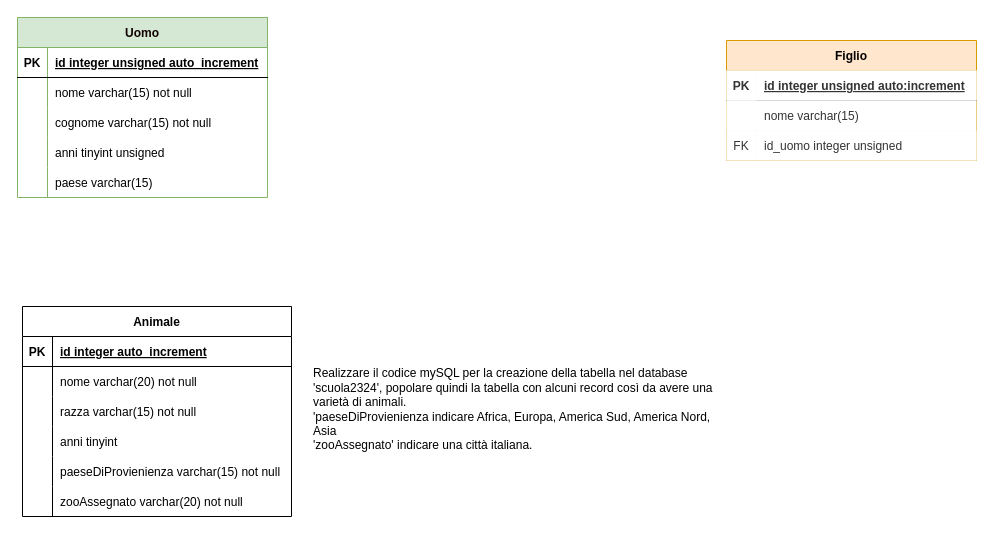
Above: AS_2023_2024/5IA/Informatica/UD 2 - mySQL Basics/er01.drawio in CescoP81/GalileiOstiglia (draw.io), before the change. Source tidied: cells renumbered, new cells numbered last; positions are measured from the earlier drawing's top-left corner, leaving out a move shared by most shapes. Both pictures are drawn from the tidied source at 100%, with x=0, y=0 at pixel (17, 17).
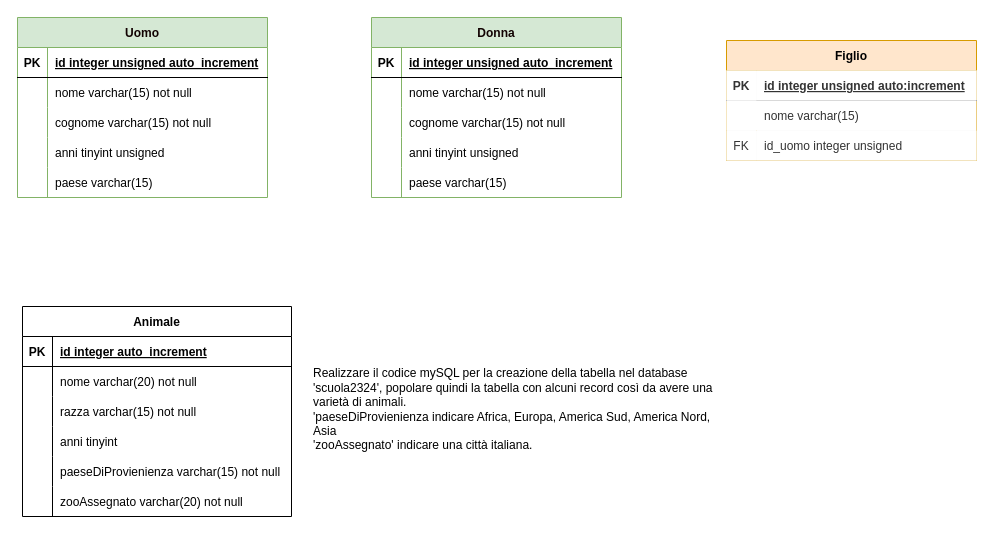
The same page after the edit.

What changed in the source:
```diff
@@
+    <mxCell id="48" value="Donna" style="shape=table;startSize=30;childLayout=tableLayout;rowLines=0;fontStyle=1;align=center;fillColor=#d5e8d4;strokeColor=#82b366;fontColor=#120202;" parent="1" vertex="1">
+      <mxGeometry x="354" width="250" height="180" as="geometry" />
+    </mxCell>
+    <mxCell id="49" style="shape=tableRow;horizontal=0;startSize=0;swimlaneHead=0;swimlaneBody=0;fillColor=none;top=0;left=0;right=0;bottom=1;" parent="48" vertex="1">
+      <mxGeometry y="30" width="250" height="30" as="geometry" />
+    </mxCell>
+    <mxCell id="50" value="PK" style="shape=partialRectangle;fillColor=none;top=0;left=0;bottom=0;right=0;fontStyle=1;overflow=hidden;fontColor=#000000;" parent="49" vertex="1">
+      <mxGeometry width="30" height="30" as="geometry" />
+    </mxCell>
+    <mxCell id="51" value="id integer unsigned auto_increment" style="shape=partialRectangle;fillColor=none;top=0;left=0;bottom=0;right=0;align=left;spacingLeft=6;fontStyle=5;overflow=hidden;fontColor=#000000;" parent="49" vertex="1">
+      <mxGeometry x="30" width="220" height="30" as="geometry" />
+    </mxCell>
+    <mxCell id="52" style="shape=tableRow;horizontal=0;startSize=0;swimlaneHead=0;swimlaneBody=0;fillColor=none;top=0;left=0;right=0;bottom=0;" parent="48" vertex="1">
+      <mxGeometry y="60" width="250" height="30" as="geometry" />
+    </mxCell>
+    <mxCell id="53" style="shape=partialRectangle;fillColor=none;top=0;left=0;bottom=0;right=0;overflow=hidden;" parent="52" vertex="1">
+      <mxGeometry width="30" height="30" as="geometry" />
+    </mxCell>
+    <mxCell id="54" value="nome varchar(15) not null" style="shape=partialRectangle;fillColor=none;top=0;left=0;bottom=0;right=0;align=left;spacingLeft=6;overflow=hidden;fontColor=#000000;" parent="52" vertex="1">
+      <mxGeometry x="30" width="220" height="30" as="geometry" />
+    </mxCell>
+    <mxCell id="55" style="shape=tableRow;horizontal=0;startSize=0;swimlaneHead=0;swimlaneBody=0;fillColor=none;top=0;left=0;right=0;bottom=0;" parent="48" vertex="1">
+      <mxGeometry y="90" width="250" height="30" as="geometry" />
+    </mxCell>
+    <mxCell id="56" style="shape=partialRectangle;fillColor=none;top=0;left=0;bottom=0;right=0;overflow=hidden;" parent="55" vertex="1">
+      <mxGeometry width="30" height="30" as="geometry" />
+    </mxCell>
+    <mxCell id="57" value="cognome varchar(15) not null" style="shape=partialRectangle;fillColor=none;top=0;left=0;bottom=0;right=0;align=left;spacingLeft=6;overflow=hidden;labelBackgroundColor=none;fontColor=#000000;" parent="55" vertex="1">
+      <mxGeometry x="30" width="220" height="30" as="geometry" />
+    </mxCell>
+    <mxCell id="58" style="shape=tableRow;horizontal=0;startSize=0;swimlaneHead=0;swimlaneBody=0;fillColor=none;top=0;left=0;right=0;bottom=0;" parent="48" vertex="1">
+      <mxGeometry y="120" width="250" height="30" as="geometry" />
+    </mxCell>
+    <mxCell id="59" style="shape=partialRectangle;fillColor=none;top=0;left=0;bottom=0;right=0;overflow=hidden;" parent="58" vertex="1">
+      <mxGeometry width="30" height="30" as="geometry" />
+    </mxCell>
+    <mxCell id="60" value="anni tinyint unsigned" style="shape=partialRectangle;fillColor=none;top=0;left=0;bottom=0;right=0;align=left;spacingLeft=6;overflow=hidden;fontColor=#000000;" parent="58" vertex="1">
+      <mxGeometry x="30" width="220" height="30" as="geometry" />
+    </mxCell>
+    <mxCell id="61" style="shape=tableRow;horizontal=0;startSize=0;swimlaneHead=0;swimlaneBody=0;fillColor=none;top=0;left=0;right=0;bottom=0;" parent="48" vertex="1">
+      <mxGeometry y="150" width="250" height="30" as="geometry" />
+    </mxCell>
+    <mxCell id="62" style="shape=partialRectangle;fillColor=none;top=0;left=0;bottom=0;right=0;overflow=hidden;" parent="61" vertex="1">
+      <mxGeometry width="30" height="30" as="geometry" />
+    </mxCell>
+    <mxCell id="63" value="paese varchar(15)" style="shape=partialRectangle;fillColor=none;top=0;left=0;bottom=0;right=0;align=left;spacingLeft=6;overflow=hidden;fontColor=#000000;" parent="61" vertex="1">
+      <mxGeometry x="30" width="220" height="30" as="geometry" />
+    </mxCell>
```
